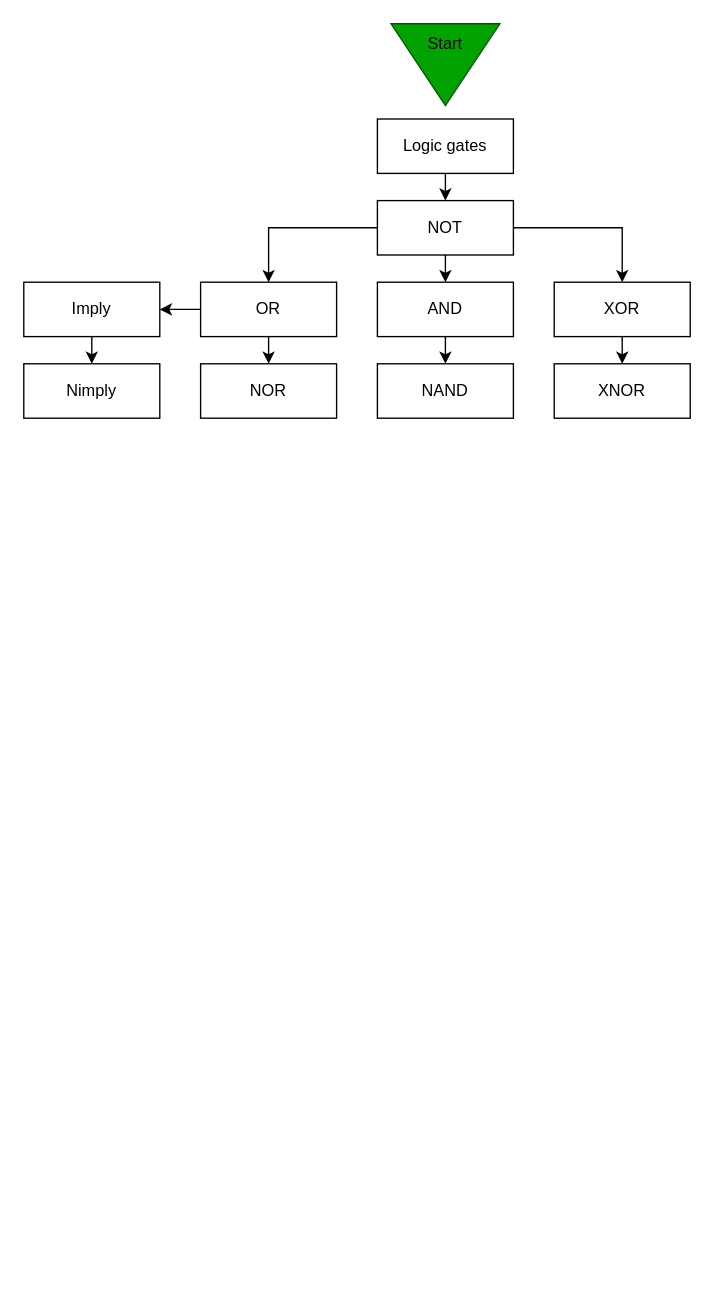
Earlier version of the draw.io diagram page "Logic Gates" (3 of 4) of Lesson Diagram.drawio (Kuggo/UnivOREsity). Source tidied: cells renumbered, new cells numbered last; positions are measured from the earlier drawing's top-left corner, leaving out a move shared by most shapes. Both pictures are drawn from the tidied source at 136%, with x=0, y=0 at pixel (23, 10).
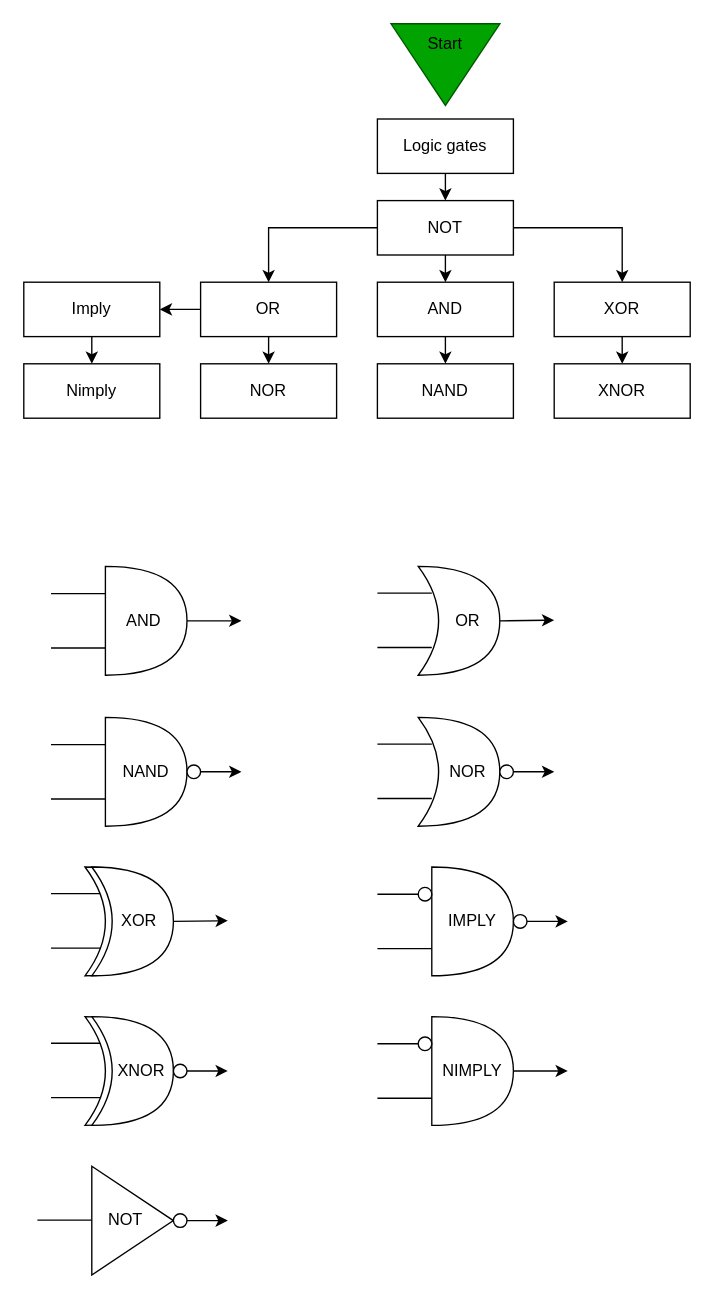
After the change.

The edit, as a diff of the source:
```diff
@@
+    <mxCell id="23" style="edgeStyle=orthogonalEdgeStyle;rounded=0;jettySize=auto;html=1;exitX=1;exitY=0.5;exitDx=0;exitDy=0;exitPerimeter=0;" parent="1" edge="1" source="24">
+      <mxGeometry relative="1" as="geometry">
+        <mxPoint x="160" y="449" as="targetPoint" />
+      </mxGeometry>
+    </mxCell>
+    <mxCell id="24" value="AND&amp;nbsp;" style="shape=or;whiteSpace=wrap;html=1;" parent="1" vertex="1">
+      <mxGeometry x="60" y="409" width="60" height="80" as="geometry" />
+    </mxCell>
+    <mxCell id="25" style="edgeStyle=orthogonalEdgeStyle;rounded=0;jettySize=auto;html=1;exitX=1;exitY=0.5;exitDx=0;exitDy=0;exitPerimeter=0;" parent="1" edge="1" source="26">
+      <mxGeometry relative="1" as="geometry">
+        <mxPoint x="390" y="448.5" as="targetPoint" />
+      </mxGeometry>
+    </mxCell>
+    <mxCell id="26" value="&amp;nbsp; &amp;nbsp; OR" style="shape=xor;whiteSpace=wrap;html=1;" parent="1" vertex="1">
+      <mxGeometry x="290" y="409" width="60" height="80" as="geometry" />
+    </mxCell>
+    <mxCell id="27" style="endArrow=none;html=1;rounded=0;" parent="1" edge="1">
+      <mxGeometry relative="1" as="geometry">
+        <mxPoint x="20" y="469" as="sourcePoint" />
+        <mxPoint x="60" y="469" as="targetPoint" />
+      </mxGeometry>
+    </mxCell>
+    <mxCell id="28" style="endArrow=none;html=1;rounded=0;" parent="1" edge="1">
+      <mxGeometry relative="1" as="geometry">
+        <mxPoint x="20" y="429" as="sourcePoint" />
+        <mxPoint x="60" y="429" as="targetPoint" />
+      </mxGeometry>
+    </mxCell>
+    <mxCell id="29" style="endArrow=none;html=1;rounded=0;" parent="1" edge="1">
+      <mxGeometry relative="1" as="geometry">
+        <mxPoint x="260" y="468.6" as="sourcePoint" />
+        <mxPoint x="300" y="468.6" as="targetPoint" />
+      </mxGeometry>
+    </mxCell>
+    <mxCell id="30" style="endArrow=none;html=1;rounded=0;" parent="1" edge="1">
+      <mxGeometry relative="1" as="geometry">
+        <mxPoint x="260" y="428.6" as="sourcePoint" />
+        <mxPoint x="300" y="428.6" as="targetPoint" />
+      </mxGeometry>
+    </mxCell>
+    <mxCell id="31" style="edgeStyle=orthogonalEdgeStyle;rounded=0;jettySize=auto;html=1;exitX=1;exitY=0.5;exitDx=0;exitDy=0;exitPerimeter=0;startArrow=none;" parent="1" edge="1" source="38">
+      <mxGeometry relative="1" as="geometry">
+        <mxPoint x="160" y="560" as="targetPoint" />
+      </mxGeometry>
+    </mxCell>
+    <mxCell id="32" value="NAND" style="shape=or;whiteSpace=wrap;html=1;" parent="1" vertex="1">
+      <mxGeometry x="60" y="520" width="60" height="80" as="geometry" />
+    </mxCell>
+    <mxCell id="33" value="&amp;nbsp; &amp;nbsp; NOR" style="shape=xor;whiteSpace=wrap;html=1;" parent="1" vertex="1">
+      <mxGeometry x="290" y="520" width="60" height="80" as="geometry" />
+    </mxCell>
+    <mxCell id="34" style="endArrow=none;html=1;rounded=0;" parent="1" edge="1">
+      <mxGeometry relative="1" as="geometry">
+        <mxPoint x="20" y="580" as="sourcePoint" />
+        <mxPoint x="60" y="580" as="targetPoint" />
+      </mxGeometry>
+    </mxCell>
+    <mxCell id="35" style="endArrow=none;html=1;rounded=0;" parent="1" edge="1">
+      <mxGeometry relative="1" as="geometry">
+        <mxPoint x="20" y="540" as="sourcePoint" />
+        <mxPoint x="60" y="540" as="targetPoint" />
+      </mxGeometry>
+    </mxCell>
+    <mxCell id="36" style="endArrow=none;html=1;rounded=0;" parent="1" edge="1">
+      <mxGeometry relative="1" as="geometry">
+        <mxPoint x="260" y="579.6" as="sourcePoint" />
+        <mxPoint x="300" y="579.6" as="targetPoint" />
+      </mxGeometry>
+    </mxCell>
+    <mxCell id="37" style="endArrow=none;html=1;rounded=0;" parent="1" edge="1">
+      <mxGeometry relative="1" as="geometry">
+        <mxPoint x="260" y="539.6" as="sourcePoint" />
+        <mxPoint x="300" y="539.6" as="targetPoint" />
+      </mxGeometry>
+    </mxCell>
+    <mxCell id="38" style="ellipse;whiteSpace=wrap;html=1;" parent="1" vertex="1">
+      <mxGeometry x="120" y="555" width="10" height="10" as="geometry" />
+    </mxCell>
+    <mxCell id="39" style="edgeStyle=orthogonalEdgeStyle;rounded=0;jettySize=auto;html=1;exitX=1;exitY=0.5;exitDx=0;exitDy=0;exitPerimeter=0;startArrow=none;" parent="1" edge="1" source="40">
+      <mxGeometry relative="1" as="geometry">
+        <mxPoint x="390" y="560" as="targetPoint" />
+      </mxGeometry>
+    </mxCell>
+    <mxCell id="40" style="ellipse;whiteSpace=wrap;html=1;" parent="1" vertex="1">
+      <mxGeometry x="350" y="555" width="10" height="10" as="geometry" />
+    </mxCell>
+    <mxCell id="41" style="edgeStyle=orthogonalEdgeStyle;rounded=0;jettySize=auto;html=1;exitX=1;exitY=0.5;exitDx=0;exitDy=0;exitPerimeter=0;" parent="1" edge="1" source="45">
+      <mxGeometry relative="1" as="geometry">
+        <mxPoint x="150" y="669.5" as="targetPoint" />
+      </mxGeometry>
+    </mxCell>
+    <mxCell id="42" style="endArrow=none;html=1;rounded=0;" parent="1" edge="1">
+      <mxGeometry relative="1" as="geometry">
+        <mxPoint x="20" y="689.6" as="sourcePoint" />
+        <mxPoint x="60" y="689.6" as="targetPoint" />
+      </mxGeometry>
+    </mxCell>
+    <mxCell id="43" style="endArrow=none;html=1;rounded=0;" parent="1" edge="1">
+      <mxGeometry relative="1" as="geometry">
+        <mxPoint x="20" y="649.6" as="sourcePoint" />
+        <mxPoint x="60" y="649.6" as="targetPoint" />
+      </mxGeometry>
+    </mxCell>
+    <mxCell id="44" style="shape=xor;whiteSpace=wrap;html=1;" parent="1" vertex="1">
+      <mxGeometry x="45" y="630" width="60" height="80" as="geometry" />
+    </mxCell>
+    <mxCell id="45" value="&amp;nbsp; &amp;nbsp;XOR" style="shape=xor;whiteSpace=wrap;html=1;" parent="1" vertex="1">
+      <mxGeometry x="50" y="630" width="60" height="80" as="geometry" />
+    </mxCell>
+    <mxCell id="46" style="edgeStyle=orthogonalEdgeStyle;rounded=0;jettySize=auto;html=1;exitX=1;exitY=0.5;exitDx=0;exitDy=0;exitPerimeter=0;startArrow=none;" parent="1" edge="1" source="51">
+      <mxGeometry relative="1" as="geometry">
+        <mxPoint x="150" y="779.5" as="targetPoint" />
+      </mxGeometry>
+    </mxCell>
+    <mxCell id="47" style="endArrow=none;html=1;rounded=0;" parent="1" edge="1">
+      <mxGeometry relative="1" as="geometry">
+        <mxPoint x="20" y="799.6" as="sourcePoint" />
+        <mxPoint x="60" y="799.6" as="targetPoint" />
+      </mxGeometry>
+    </mxCell>
+    <mxCell id="48" style="endArrow=none;html=1;rounded=0;" parent="1" edge="1">
+      <mxGeometry relative="1" as="geometry">
+        <mxPoint x="20" y="759.6" as="sourcePoint" />
+        <mxPoint x="60" y="759.6" as="targetPoint" />
+      </mxGeometry>
+    </mxCell>
+    <mxCell id="49" style="shape=xor;whiteSpace=wrap;html=1;" parent="1" vertex="1">
+      <mxGeometry x="45" y="740" width="60" height="80" as="geometry" />
+    </mxCell>
+    <mxCell id="50" value="&amp;nbsp; &amp;nbsp; XNOR" style="shape=xor;whiteSpace=wrap;html=1;" parent="1" vertex="1">
+      <mxGeometry x="50" y="740" width="60" height="80" as="geometry" />
+    </mxCell>
+    <mxCell id="51" style="ellipse;whiteSpace=wrap;html=1;" parent="1" vertex="1">
+      <mxGeometry x="110" y="775" width="10" height="10" as="geometry" />
+    </mxCell>
+    <mxCell id="52" value="NOT&amp;nbsp; &amp;nbsp;" style="triangle;whiteSpace=wrap;html=1;" parent="1" vertex="1">
+      <mxGeometry x="50" y="850" width="60" height="80" as="geometry" />
+    </mxCell>
+    <mxCell id="53" style="endArrow=none;html=1;rounded=0;" parent="1" edge="1">
+      <mxGeometry relative="1" as="geometry">
+        <mxPoint x="10" y="889.7" as="sourcePoint" />
+        <mxPoint x="50" y="889.7" as="targetPoint" />
+      </mxGeometry>
+    </mxCell>
+    <mxCell id="54" style="edgeStyle=orthogonalEdgeStyle;rounded=0;jettySize=auto;html=1;exitX=1;exitY=0.5;exitDx=0;exitDy=0;" parent="1" edge="1" source="55">
+      <mxGeometry relative="1" as="geometry">
+        <mxPoint x="150" y="890" as="targetPoint" />
+      </mxGeometry>
+    </mxCell>
+    <mxCell id="55" style="ellipse;whiteSpace=wrap;html=1;" parent="1" vertex="1">
+      <mxGeometry x="110" y="885" width="10" height="10" as="geometry" />
+    </mxCell>
+    <mxCell id="56" style="edgeStyle=orthogonalEdgeStyle;rounded=0;jettySize=auto;html=1;exitX=1;exitY=0.5;exitDx=0;exitDy=0;exitPerimeter=0;" parent="1" edge="1" source="57">
+      <mxGeometry relative="1" as="geometry">
+        <mxPoint x="400" y="780" as="targetPoint" />
+      </mxGeometry>
+    </mxCell>
+    <mxCell id="57" value="NIMPLY" style="shape=or;whiteSpace=wrap;html=1;" parent="1" vertex="1">
+      <mxGeometry x="300" y="740" width="60" height="80" as="geometry" />
+    </mxCell>
+    <mxCell id="58" style="endArrow=none;html=1;rounded=0;" parent="1" edge="1">
+      <mxGeometry relative="1" as="geometry">
+        <mxPoint x="260" y="800" as="sourcePoint" />
+        <mxPoint x="300" y="800" as="targetPoint" />
+      </mxGeometry>
+    </mxCell>
+    <mxCell id="59" style="edgeStyle=orthogonalEdgeStyle;rounded=0;jettySize=auto;html=1;exitX=1;exitY=0.5;exitDx=0;exitDy=0;exitPerimeter=0;startArrow=none;" parent="1" edge="1" source="63">
+      <mxGeometry relative="1" as="geometry">
+        <mxPoint x="400" y="670" as="targetPoint" />
+      </mxGeometry>
+    </mxCell>
+    <mxCell id="60" value="IMPLY" style="shape=or;whiteSpace=wrap;html=1;" parent="1" vertex="1">
+      <mxGeometry x="300" y="630" width="60" height="80" as="geometry" />
+    </mxCell>
+    <mxCell id="61" style="endArrow=none;html=1;rounded=0;" parent="1" edge="1">
+      <mxGeometry relative="1" as="geometry">
+        <mxPoint x="260" y="690" as="sourcePoint" />
+        <mxPoint x="300" y="690" as="targetPoint" />
+      </mxGeometry>
+    </mxCell>
+    <mxCell id="62" style="endArrow=none;html=1;rounded=0;entryX=0;entryY=0.5;entryDx=0;entryDy=0;" parent="1" edge="1" target="64">
+      <mxGeometry relative="1" as="geometry">
+        <mxPoint x="260" y="650" as="sourcePoint" />
+      </mxGeometry>
+    </mxCell>
+    <mxCell id="63" style="ellipse;whiteSpace=wrap;html=1;" parent="1" vertex="1">
+      <mxGeometry x="360" y="665" width="10" height="10" as="geometry" />
+    </mxCell>
+    <mxCell id="64" style="ellipse;whiteSpace=wrap;html=1;" parent="1" vertex="1">
+      <mxGeometry x="290" y="645" width="10" height="10" as="geometry" />
+    </mxCell>
+    <mxCell id="65" style="endArrow=none;html=1;rounded=0;entryX=0;entryY=0.5;entryDx=0;entryDy=0;" parent="1" edge="1" target="66">
+      <mxGeometry relative="1" as="geometry">
+        <mxPoint x="260" y="760" as="sourcePoint" />
+      </mxGeometry>
+    </mxCell>
+    <mxCell id="66" style="ellipse;whiteSpace=wrap;html=1;" parent="1" vertex="1">
+      <mxGeometry x="290" y="755" width="10" height="10" as="geometry" />
+    </mxCell>
```
